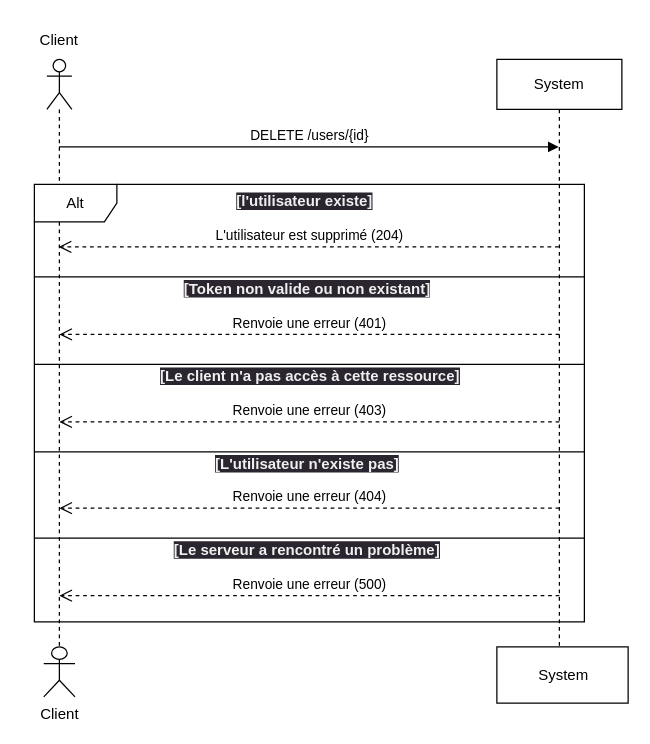
The draw.io diagram public/UML/sd_DELETE-utilisateur.drawio in Tony-marques/P7_bilemo, before the edit. Source tidied: cells renumbered, new cells numbered last; positions are measured from the earlier drawing's top-left corner, leaving out a move shared by most shapes. Both pictures are drawn from the tidied source at 125%, with x=0, y=0 at pixel (21, 21).
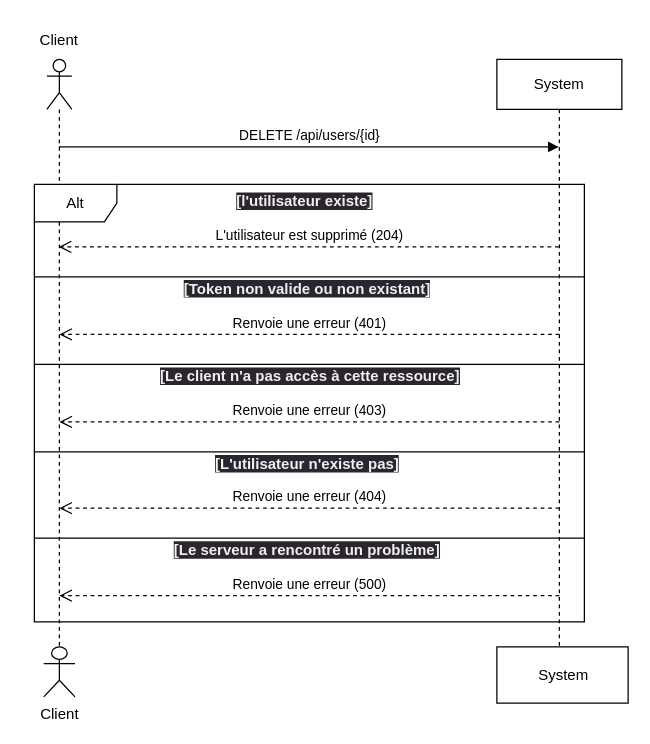
The same diagram, later.

Unchanged cells that the change refers to:
```xml
<mxCell id="2" value="System" style="shape=umlLifeline;perimeter=lifelinePerimeter;whiteSpace=wrap;html=1;" parent="1" vertex="1">
  <mxGeometry x="380" y="30" width="100" height="470" as="geometry" />
</mxCell>
```

Change to the diagram source:
```diff
@@
-    <mxCell id="3" value="DELETE /users/{id}" style="html=1;verticalAlign=bottom;endArrow=block;" parent="2" edge="1">
+    <mxCell id="3" value="DELETE /api/users/{id}" style="html=1;verticalAlign=bottom;endArrow=block;" parent="2" edge="1">
       <mxGeometry relative="1" as="geometry">
         <mxPoint x="-350.3" y="70" as="sourcePoint" />
         <mxPoint x="49.5" y="70" as="targetPoint" />
         <Array as="points">
           <mxPoint x="-40" y="70" />
         </Array>
       </mxGeometry>
     </mxCell>
```
